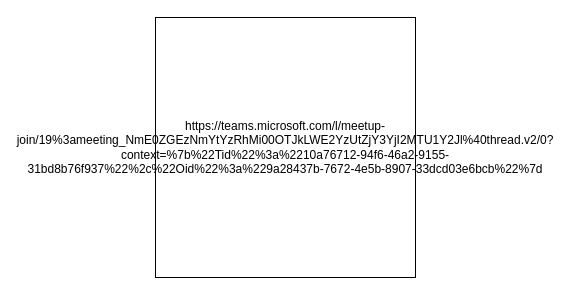
This is Diagrama sin título.drawio from rgil93/Prueba, a draw.io file, before an edit. Source tidied: cells renumbered, new cells numbered last; positions are measured from the earlier drawing's top-left corner, leaving out a move shared by most shapes. Both pictures are drawn from the tidied source at 100%, with x=0, y=0 at pixel (155, 17).
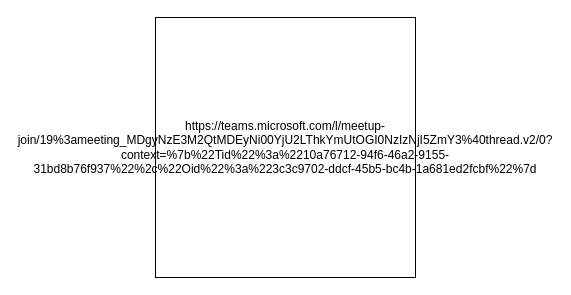
Above is the later version.

Change to the diagram source:
```diff
@@
 <mxGraphModel>
   <root>
     <mxCell id="0" />
     <mxCell id="1" parent="0" />
-    <mxCell id="2" value="https://teams.microsoft.com/l/meetup-join/19%3ameeting_NmE0ZGEzNmYtYzRhMi00OTJkLWE2YzUtZjY3YjI2MTU1Y2Jl%40thread.v2/0?context=%7b%22Tid%22%3a%2210a76712-94f6-46a2-9155-31bd8b76f937%22%2c%22Oid%22%3a%229a28437b-7672-4e5b-8907-33dcd03e6bcb%22%7d" style="whiteSpace=wrap;html=1;" parent="1" vertex="1">
+    <mxCell id="2" value="https://teams.microsoft.com/l/meetup-join/19%3ameeting_MDgyNzE3M2QtMDEyNi00YjU2LThkYmUtOGI0NzIzNjI5ZmY3%40thread.v2/0?context=%7b%22Tid%22%3a%2210a76712-94f6-46a2-9155-31bd8b76f937%22%2c%22Oid%22%3a%223c3c9702-ddcf-45b5-bc4b-1a681ed2fcbf%22%7d" style="whiteSpace=wrap;html=1;" parent="1" vertex="1">
       <mxGeometry width="260" height="260" as="geometry" />
     </mxCell>
   </root>
 </mxGraphModel>
```
